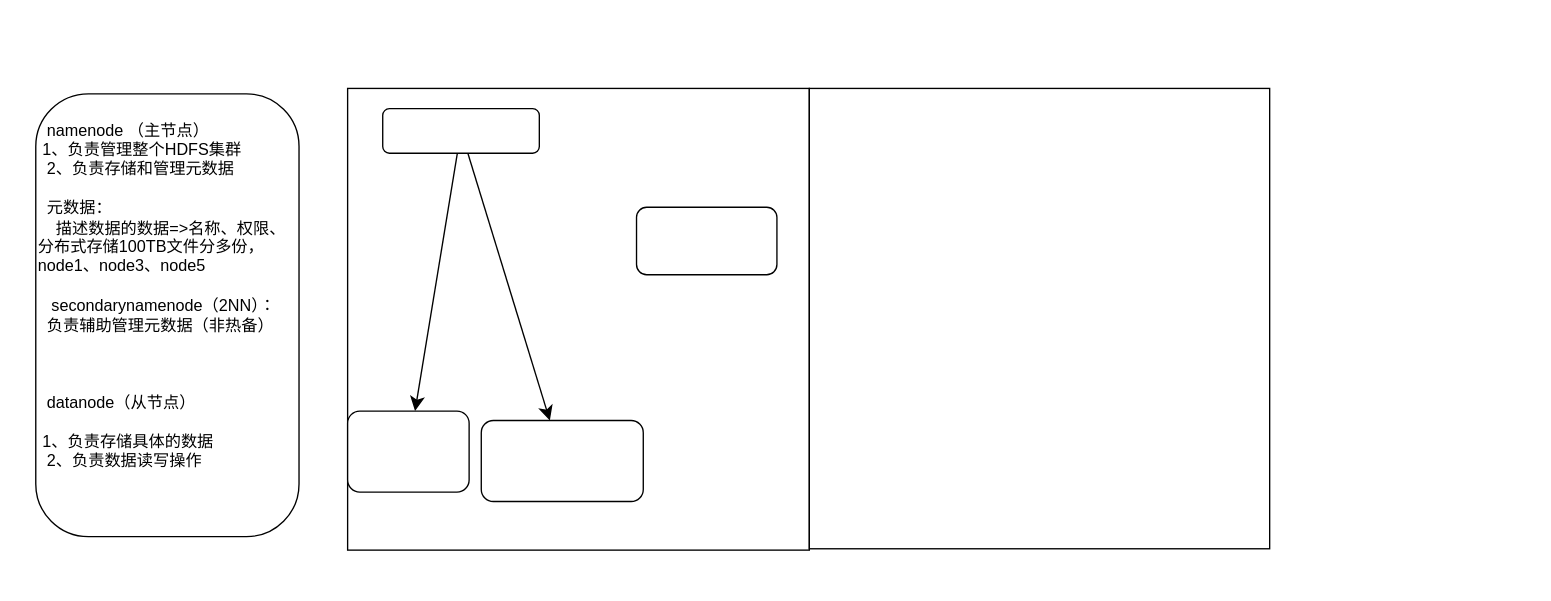
The draw.io diagram page "第 1 页" (1 of 2) of 未命名绘图.drawio in 24Ely/skills-hello-github-actions, before the edit. Source tidied: cells renumbered, new cells numbered last; positions are measured from the earlier drawing's top-left corner, leaving out a move shared by most shapes. Both pictures are drawn from the tidied source at 135%, with x=0, y=0 at pixel (35, 88).
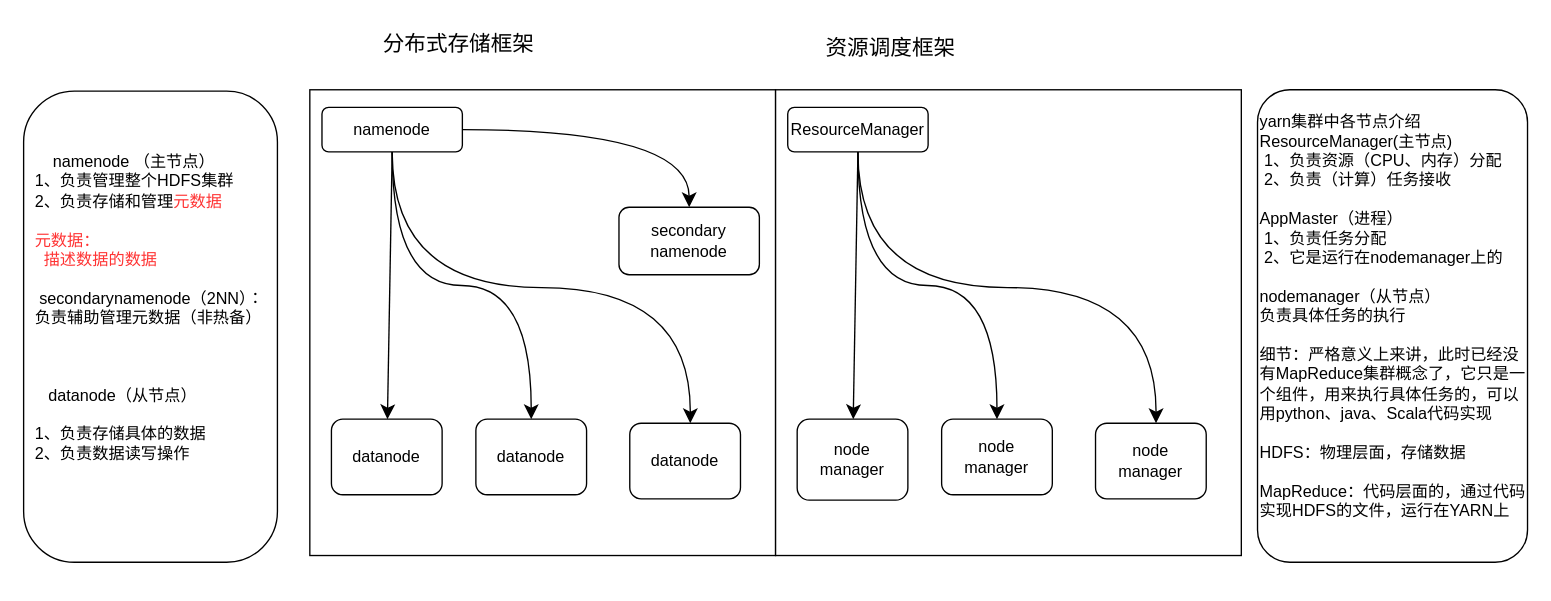
Above is the later version.

Commit message:
更新未命名绘图.drawio

Change to the diagram source:
```diff
@@
-    <mxCell id="2" value="&lt;div&gt;&amp;nbsp; namenode （主节点）&lt;div&gt;&amp;nbsp;1、负责管理整个HDFS集群&lt;/div&gt;&lt;div&gt;&amp;nbsp; 2、负责存储和管理元数据&lt;/div&gt;&lt;div&gt;&amp;nbsp;&amp;nbsp;&lt;/div&gt;&lt;div&gt;&amp;nbsp; 元数据：&lt;/div&gt;&lt;div&gt;&amp;nbsp; &amp;nbsp; 描述数据的数据=&amp;gt;名称、权限、分布式存储100TB文件分多份，&lt;/div&gt;&lt;div&gt;node1、node3、node5&lt;/div&gt;&lt;div&gt;&amp;nbsp;&amp;nbsp;&lt;/div&gt;&lt;div&gt;&amp;nbsp; &amp;nbsp;secondarynamenode（2NN）：&lt;/div&gt;&lt;div&gt;&amp;nbsp; 负责辅助管理元数据（非热备）&lt;/div&gt;&lt;div&gt;&amp;nbsp;&amp;nbsp;&lt;/div&gt;&lt;div&gt;&lt;br&gt;&lt;/div&gt;&lt;div&gt;&lt;br&gt;&lt;/div&gt;&lt;div&gt;&amp;nbsp; datanode（从节点）&lt;/div&gt;&lt;div&gt;&lt;br&gt;&lt;/div&gt;&lt;div&gt;&amp;nbsp;1、负责存储具体的数据&lt;/div&gt;&lt;div&gt;&amp;nbsp; 2、负责数据读写操作&lt;/div&gt;&lt;div&gt;&lt;br&gt;&lt;/div&gt;&lt;div&gt;&amp;nbsp;&amp;nbsp;&lt;/div&gt;&lt;div&gt;&lt;/div&gt;&lt;/div&gt;" style="rounded=1;whiteSpace=wrap;html=1;align=left;arcSize=20;" parent="1" vertex="1">
-      <mxGeometry y="4" width="195" height="328" as="geometry" />
+    <mxCell id="2" value="&amp;nbsp; &amp;nbsp; &amp;nbsp; namenode （主节点）&lt;div&gt;&amp;nbsp; 1、负责管理整个HDFS集群&lt;/div&gt;&lt;div&gt;&amp;nbsp; 2、负责存储和管理&lt;font style=&quot;color: rgb(255, 51, 51);&quot;&gt;元数据&lt;/font&gt;&lt;/div&gt;&lt;div&gt;&amp;nbsp;&amp;nbsp;&lt;/div&gt;&lt;div&gt;&amp;nbsp; &lt;font style=&quot;color: rgb(255, 51, 51);&quot;&gt;元数据：&lt;/font&gt;&lt;/div&gt;&lt;div&gt;&lt;font style=&quot;color: rgb(255, 51, 51);&quot;&gt;&amp;nbsp; &amp;nbsp; 描述数据的数据&lt;/font&gt;&lt;/div&gt;&lt;div&gt;&amp;nbsp;&amp;nbsp;&lt;/div&gt;&lt;div&gt;&amp;nbsp; &amp;nbsp;secondarynamenode（2NN）：&lt;/div&gt;&lt;div&gt;&amp;nbsp; 负责辅助管理元数据（非热备）&lt;/div&gt;&lt;div&gt;&amp;nbsp;&amp;nbsp;&lt;/div&gt;&lt;div&gt;&lt;br&gt;&lt;/div&gt;&lt;div&gt;&lt;br&gt;&lt;/div&gt;&lt;div&gt;&amp;nbsp; &amp;nbsp; &amp;nbsp;datanode（从节点）&lt;/div&gt;&lt;div&gt;&lt;br&gt;&lt;/div&gt;&lt;div&gt;&amp;nbsp; 1、负责存储具体的数据&lt;/div&gt;&lt;div&gt;&amp;nbsp; 2、负责数据读写操作&lt;/div&gt;&lt;div&gt;&lt;br&gt;&lt;/div&gt;&lt;div&gt;&amp;nbsp;&amp;nbsp;&lt;/div&gt;&lt;div&gt;&lt;/div&gt;" style="rounded=1;whiteSpace=wrap;html=1;align=left;arcSize=20;" parent="1" vertex="1">
+      <mxGeometry x="-9" y="2" width="188" height="349" as="geometry" />
     </mxCell>
-    <mxCell id="3" style="edgeStyle=none;curved=1;rounded=0;jettySize=auto;html=1;fontSize=12;startSize=8;endSize=8;" parent="1" edge="1" source="4" target="5">
-      <mxGeometry relative="1" as="geometry" />
+    <mxCell id="3" style="edgeStyle=none;curved=1;rounded=0;jettySize=auto;html=1;fontSize=12;startSize=8;endSize=8;" parent="1" edge="1" source="4">
+      <mxGeometry relative="1" as="geometry">
+        <mxPoint x="548" y="173.5" as="targetPoint" />
+      </mxGeometry>
     </mxCell>
     <mxCell id="4" style="whiteSpace=wrap;html=1;" parent="1" vertex="1">
-      <mxGeometry x="231" width="342" height="342" as="geometry" />
+      <mxGeometry x="203" y="1" width="345" height="345" as="geometry" />
     </mxCell>
-    <mxCell id="5" style="whiteSpace=wrap;html=1;" parent="1" vertex="1">
-      <mxGeometry x="573" width="341" height="341" as="geometry" />
-    </mxCell>
+    <mxCell id="12" style="rounded=0;jettySize=auto;html=1;exitX=0.5;exitY=1;exitDx=0;exitDy=0;entryX=0.5;entryY=0;entryDx=0;entryDy=0;fontSize=12;startSize=8;endSize=8;strokeColor=default;curved=1;edgeStyle=orthogonalEdgeStyle;" parent="1" edge="1" source="8" target="14">
+      <mxGeometry relative="1" as="geometry" />
+    </mxCell>
+    <mxCell id="13" style="edgeStyle=orthogonalEdgeStyle;rounded=0;jettySize=auto;html=1;exitX=1;exitY=0.5;exitDx=0;exitDy=0;entryX=0.5;entryY=0;entryDx=0;entryDy=0;fontSize=12;startSize=8;endSize=8;curved=1;" parent="1" edge="1" source="8" target="9">
+      <mxGeometry relative="1" as="geometry" />
+    </mxCell>
-    <mxCell id="6" style="edgeStyle=none;curved=1;rounded=0;jettySize=auto;html=1;fontSize=12;startSize=8;endSize=8;" parent="1" edge="1" source="8" target="10">
+    <mxCell id="6" style="edgeStyle=none;curved=1;rounded=0;jettySize=auto;html=1;exitX=0.5;exitY=1;exitDx=0;exitDy=0;fontSize=12;startSize=8;endSize=8;" parent="1" edge="1" source="8" target="10">
       <mxGeometry relative="1" as="geometry" />
     </mxCell>
-    <mxCell id="7" style="edgeStyle=none;curved=1;rounded=0;jettySize=auto;html=1;fontSize=12;startSize=8;endSize=8;" parent="1" edge="1" source="8" target="11">
-      <mxGeometry relative="1" as="geometry" />
-    </mxCell>
-    <mxCell id="8" style="rounded=1;whiteSpace=wrap;html=1;" parent="1" vertex="1">
-      <mxGeometry x="257" y="15" width="116" height="33" as="geometry" />
+    <mxCell id="8" value="namenode" style="rounded=1;whiteSpace=wrap;html=1;" parent="1" vertex="1">
+      <mxGeometry x="212" y="14" width="104" height="33" as="geometry" />
     </mxCell>
-    <mxCell id="9" style="rounded=1;whiteSpace=wrap;html=1;" parent="1" vertex="1">
-      <mxGeometry x="445" y="88" width="104" height="50" as="geometry" />
+    <mxCell id="9" value="secondary&lt;div&gt;namenode&lt;/div&gt;" style="rounded=1;whiteSpace=wrap;html=1;" parent="1" vertex="1">
+      <mxGeometry x="432" y="88" width="104" height="50" as="geometry" />
     </mxCell>
-    <mxCell id="10" style="whiteSpace=wrap;html=1;rounded=1;" parent="1" vertex="1">
-      <mxGeometry x="231" y="239" width="90" height="60" as="geometry" />
+    <mxCell id="10" value="datanode" style="whiteSpace=wrap;html=1;rounded=1;" parent="1" vertex="1">
+      <mxGeometry x="219" y="245" width="82" height="56" as="geometry" />
     </mxCell>
-    <mxCell id="11" style="whiteSpace=wrap;html=1;rounded=1;" parent="1" vertex="1">
-      <mxGeometry x="330" y="246" width="120" height="60" as="geometry" />
-    </mxCell>
+    <mxCell id="14" value="datanode" style="whiteSpace=wrap;html=1;rounded=1;" parent="1" vertex="1">
+      <mxGeometry x="326" y="245" width="82" height="56" as="geometry" />
+    </mxCell>
+    <mxCell id="15" value="datanode" style="whiteSpace=wrap;html=1;rounded=1;" parent="1" vertex="1">
+      <mxGeometry x="440" y="248" width="82" height="56" as="geometry" />
+    </mxCell>
+    <mxCell id="16" style="edgeStyle=orthogonalEdgeStyle;curved=1;rounded=0;jettySize=auto;html=1;exitX=0.5;exitY=1;exitDx=0;exitDy=0;entryX=0.558;entryY=0.136;entryDx=0;entryDy=0;entryPerimeter=0;fontSize=12;startSize=8;endSize=8;" parent="1" edge="1" source="8">
+      <mxGeometry relative="1" as="geometry">
+        <mxPoint x="484.8" y="248" as="targetPoint" />
+      </mxGeometry>
+    </mxCell>
+    <mxCell id="17" value="分布式存储框架" style="text;strokeColor=none;fillColor=none;html=1;align=center;verticalAlign=middle;whiteSpace=wrap;rounded=0;fontSize=16;rotation=0;" parent="1" vertex="1">
+      <mxGeometry x="233" y="-48" width="161" height="30" as="geometry" />
+    </mxCell>
+    <mxCell id="18" style="edgeStyle=none;curved=1;rounded=0;jettySize=auto;html=1;fontSize=12;startSize=8;endSize=8;" parent="1" edge="1" source="19">
+      <mxGeometry relative="1" as="geometry">
+        <mxPoint x="893" y="173.5" as="targetPoint" />
+      </mxGeometry>
+    </mxCell>
+    <mxCell id="19" style="whiteSpace=wrap;html=1;" parent="1" vertex="1">
+      <mxGeometry x="548" y="1" width="345" height="345" as="geometry" />
+    </mxCell>
+    <mxCell id="20" style="rounded=0;jettySize=auto;html=1;exitX=0.5;exitY=1;exitDx=0;exitDy=0;entryX=0.5;entryY=0;entryDx=0;entryDy=0;fontSize=12;startSize=8;endSize=8;strokeColor=default;curved=1;edgeStyle=orthogonalEdgeStyle;" parent="1" edge="1" source="22" target="24">
+      <mxGeometry relative="1" as="geometry" />
+    </mxCell>
+    <mxCell id="21" style="edgeStyle=none;curved=1;rounded=0;jettySize=auto;html=1;exitX=0.5;exitY=1;exitDx=0;exitDy=0;fontSize=12;startSize=8;endSize=8;" parent="1" edge="1" source="22" target="23">
+      <mxGeometry relative="1" as="geometry" />
+    </mxCell>
+    <mxCell id="22" value="ResourceManager" style="rounded=1;whiteSpace=wrap;html=1;" parent="1" vertex="1">
+      <mxGeometry x="557" y="14" width="104" height="33" as="geometry" />
+    </mxCell>
+    <mxCell id="23" value="node&lt;div&gt;manager&lt;/div&gt;" style="whiteSpace=wrap;html=1;rounded=1;" parent="1" vertex="1">
+      <mxGeometry x="564" y="245" width="82" height="60" as="geometry" />
+    </mxCell>
+    <mxCell id="24" value="node&lt;div&gt;manager&lt;/div&gt;" style="whiteSpace=wrap;html=1;rounded=1;" parent="1" vertex="1">
+      <mxGeometry x="671" y="245" width="82" height="56" as="geometry" />
+    </mxCell>
+    <mxCell id="25" value="node&lt;div&gt;manager&lt;/div&gt;" style="whiteSpace=wrap;html=1;rounded=1;" parent="1" vertex="1">
+      <mxGeometry x="785" y="248" width="82" height="56" as="geometry" />
+    </mxCell>
+    <mxCell id="26" style="edgeStyle=orthogonalEdgeStyle;curved=1;rounded=0;jettySize=auto;html=1;exitX=0.5;exitY=1;exitDx=0;exitDy=0;entryX=0.558;entryY=0.136;entryDx=0;entryDy=0;entryPerimeter=0;fontSize=12;startSize=8;endSize=8;" parent="1" edge="1" source="22">
+      <mxGeometry relative="1" as="geometry">
+        <mxPoint x="829.8" y="248" as="targetPoint" />
+      </mxGeometry>
+    </mxCell>
+    <mxCell id="27" value="资源调度框架" style="text;strokeColor=none;fillColor=none;html=1;align=center;verticalAlign=middle;whiteSpace=wrap;rounded=0;fontSize=16;rotation=0;" parent="1" vertex="1">
+      <mxGeometry x="553" y="-45" width="161" height="30" as="geometry" />
+    </mxCell>
+    <mxCell id="28" value="&lt;div&gt;&lt;br&gt;&lt;/div&gt;&lt;div&gt;&lt;br&gt;&lt;/div&gt;yarn集群中各节点介绍&lt;div&gt;ResourceManager(主节点)&lt;/div&gt;&lt;div&gt;&amp;nbsp;1、负责资源（CPU、内存）分配&lt;/div&gt;&lt;div&gt;&amp;nbsp;2、负责（计算）任务接收&lt;/div&gt;&lt;div&gt;&lt;br&gt;&lt;/div&gt;&lt;div&gt;AppMaster（进程）&lt;/div&gt;&lt;div&gt;&amp;nbsp;1、负责任务分配&lt;/div&gt;&lt;div&gt;&amp;nbsp;2、它是运行在nodemanager上的&lt;/div&gt;&lt;div&gt;&lt;br&gt;&lt;/div&gt;&lt;div&gt;nodemanager（从节点）&lt;/div&gt;&lt;div&gt;负责具体任务的执行&lt;/div&gt;&lt;div&gt;&lt;br&gt;&lt;/div&gt;&lt;div&gt;细节：严格意义上来讲，此时已经没有MapReduce集群概念了，它只是一个组件，用来执行具体任务的，可以用python、java、Scala代码实现&lt;/div&gt;&lt;div&gt;&lt;br&gt;&lt;/div&gt;&lt;div&gt;HDFS：物理层面，存储数据&lt;/div&gt;&lt;div&gt;&lt;br&gt;&lt;/div&gt;&lt;div&gt;MapReduce：代码层面的，通过代码实现HDFS的文件，运行在YARN上&lt;/div&gt;&lt;div&gt;&lt;br&gt;&lt;/div&gt;&lt;div&gt;&lt;br&gt;&lt;/div&gt;&lt;div&gt;&lt;br&gt;&lt;/div&gt;" style="rounded=1;whiteSpace=wrap;html=1;align=left;arcSize=12;" parent="1" vertex="1">
+      <mxGeometry x="905" y="1" width="200" height="350" as="geometry" />
+    </mxCell>
```
